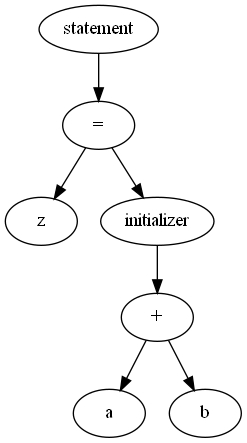
Before: russkie_alga!/parse.png, a diagram exported from Graphviz (matmuher/flip-flop). Its source is kept beside it as russkie_alga!/parse.dot.
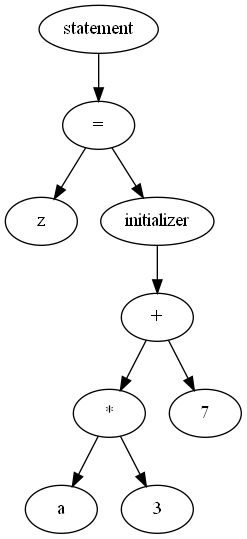
After the commit.

Change to the diagram source:
```diff
@@ -1,15 +1,19 @@
 digraph G {
-A009B33B0 [label = "statement"];
-A009B33B0 -> A009B34B0;
-A009B34B0 [label = "="];
-A009B34B0 -> A009B33E0;
-A009B34B0 -> A009B3480;
-A009B33E0 [label = "z"];
-A009B3480 [label = "initializer"];
-A009B3480 -> A009B3458;
-A009B3458 [label = "+"];
-A009B3458 -> A009B3408;
-A009B3458 -> A009B3430;
-A009B3408 [label = "a"];
-A009B3430 [label = "b"];
+A006E33E0 [label = "statement"];
+A006E33E0 -> A006E3530;
+A006E3530 [label = "="];
+A006E3530 -> A006E3410;
+A006E3530 -> A006E3500;
+A006E3410 [label = "z"];
+A006E3500 [label = "initializer"];
+A006E3500 -> A006E34D8;
+A006E34D8 [label = "+"];
+A006E34D8 -> A006E3488;
+A006E34D8 -> A006E34B0;
+A006E3488 [label = "*"];
+A006E3488 -> A006E3438;
+A006E3488 -> A006E3460;
+A006E3438 [label = "a"];
+A006E3460 [label = "3"];
+A006E34B0 [label = "7"];
 }
```
